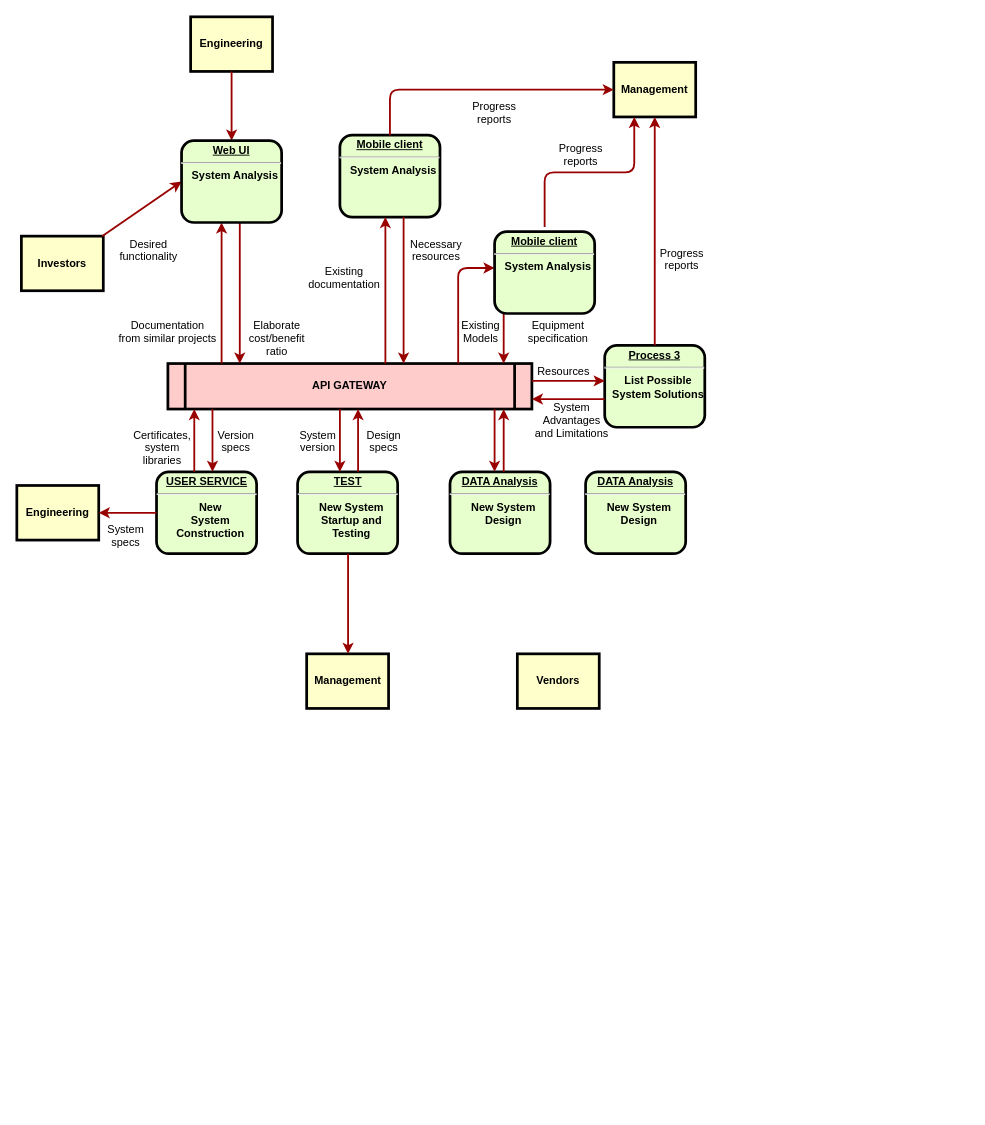
This is Untitled Diagram.drawio from penzance-jshan/test, a draw.io file, before an edit. Source tidied: cells renumbered, new cells numbered last; positions are measured from the earlier drawing's top-left corner, leaving out a move shared by most shapes. Both pictures are drawn from the tidied source at 91%, with x=0, y=0 at pixel (16, 16).
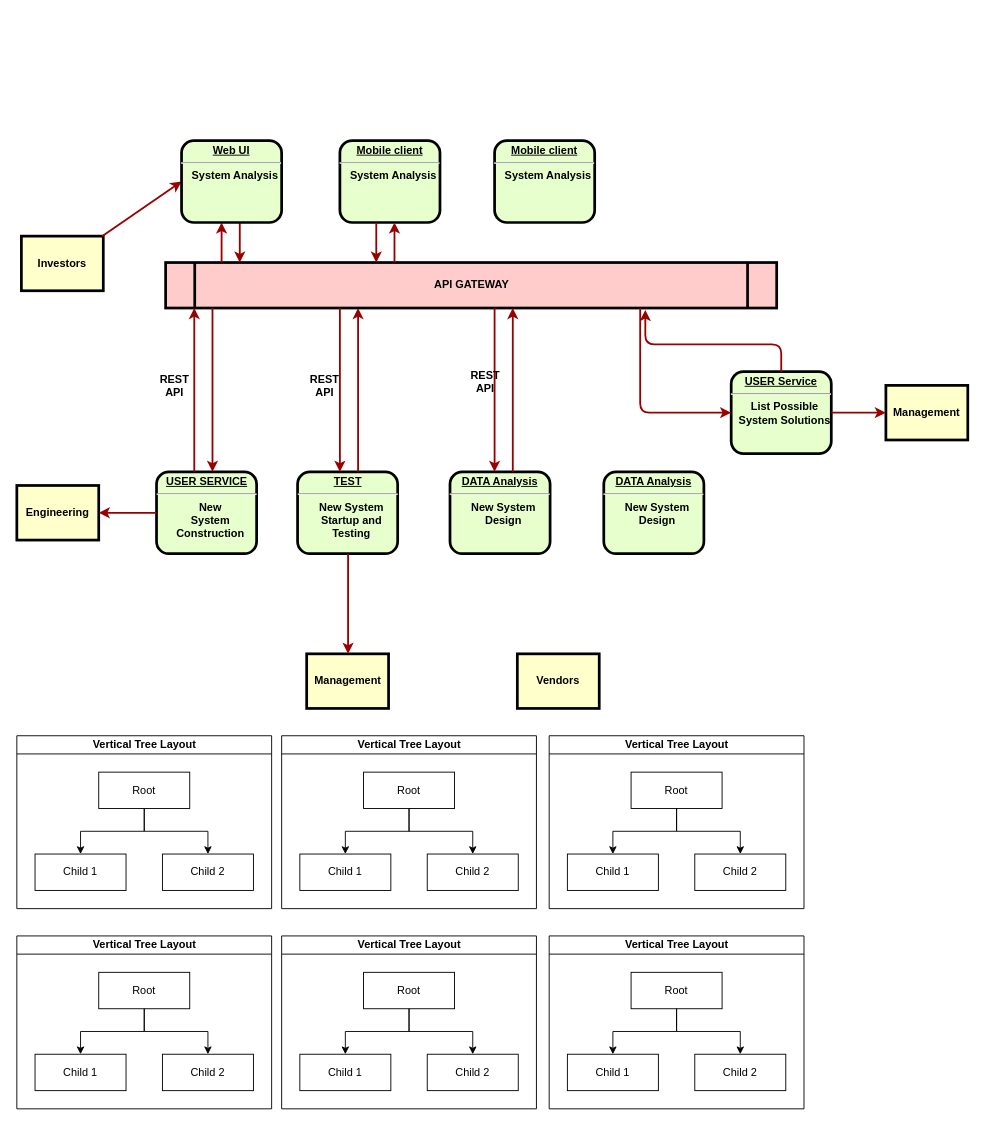
Above is the later version.

The change refers to these unchanged cells:
```xml
<mxCell id="7" value="&lt;p style=&quot;margin: 0px ; margin-top: 4px ; text-align: center ; text-decoration: underline&quot;&gt;&lt;strong&gt;DATA Analysis&lt;/strong&gt;&lt;/p&gt;&lt;hr&gt;&lt;p style=&quot;margin: 0px ; margin-left: 8px&quot;&gt;New System&lt;/p&gt;&lt;p style=&quot;margin: 0px ; margin-left: 8px&quot;&gt;Design&lt;/p&gt;" style="verticalAlign=middle;align=center;overflow=fill;fontSize=12;fontFamily=Helvetica;html=1;rounded=1;fontStyle=1;strokeWidth=3;fillColor=#E6FFCC;" parent="1" vertex="1">
  <mxGeometry x="476" y="500" width="110" height="90" as="geometry" />
</mxCell>
<mxCell id="52" value="&lt;p style=&quot;margin: 0px ; margin-top: 4px ; text-align: center ; text-decoration: underline&quot;&gt;&lt;strong&gt;Web UI&lt;/strong&gt;&lt;/p&gt;&lt;hr&gt;&lt;p style=&quot;margin: 0px ; margin-left: 8px&quot;&gt;System Analysis&lt;/p&gt;" style="verticalAlign=middle;align=center;overflow=fill;fontSize=12;fontFamily=Helvetica;html=1;rounded=1;fontStyle=1;strokeWidth=3;fillColor=#E6FFCC;" parent="1" vertex="1">
  <mxGeometry x="181" y="136" width="110" height="90" as="geometry" />
</mxCell>
```

The edit, as a diff of the source:
```diff
@@
-    <mxCell id="2" value="Engineering" style="whiteSpace=wrap;align=center;verticalAlign=middle;fontStyle=1;strokeWidth=3;fillColor=#FFFFCC;" parent="1" vertex="1">
-      <mxGeometry x="191" width="90" height="60" as="geometry" />
-    </mxCell>
@@
     <mxCell id="4" value="API GATEWAY" style="shape=process;whiteSpace=wrap;align=center;verticalAlign=middle;size=0.0475;fontStyle=1;strokeWidth=3;fillColor=#FFCCCC;" parent="1" vertex="1">
-      <mxGeometry x="166" y="381" width="400" height="50" as="geometry" />
+      <mxGeometry x="163.5" y="270" width="671.5" height="50" as="geometry" />
     </mxCell>
     <mxCell id="5" value="&lt;p style=&quot;margin: 0px ; margin-top: 4px ; text-align: center ; text-decoration: underline&quot;&gt;&lt;strong&gt;Mobile client&lt;/strong&gt;&lt;/p&gt;&lt;hr&gt;&lt;p style=&quot;margin: 0px ; margin-left: 8px&quot;&gt;System Analysis&lt;/p&gt;" style="verticalAlign=middle;align=center;overflow=fill;fontSize=12;fontFamily=Helvetica;html=1;rounded=1;fontStyle=1;strokeWidth=3;fillColor=#E6FFCC;" parent="1" vertex="1">
-      <mxGeometry x="355" y="130" width="110" height="90" as="geometry" />
+      <mxGeometry x="355" y="136" width="110" height="90" as="geometry" />
     </mxCell>
-    <mxCell id="6" value="&lt;p style=&quot;margin: 0px; margin-top: 4px; text-align: center; text-decoration: underline;&quot;&gt;&lt;strong&gt;&lt;strong&gt;Process&lt;/strong&gt; 3&lt;br /&gt;&lt;/strong&gt;&lt;/p&gt;&lt;hr /&gt;&lt;p style=&quot;margin: 0px; margin-left: 8px;&quot;&gt;List Possible&lt;/p&gt;&lt;p style=&quot;margin: 0px; margin-left: 8px;&quot;&gt;System Solutions&lt;/p&gt;" style="verticalAlign=middle;align=center;overflow=fill;fontSize=12;fontFamily=Helvetica;html=1;rounded=1;fontStyle=1;strokeWidth=3;fillColor=#E6FFCC;" parent="1" vertex="1">
-      <mxGeometry x="646" y="361" width="110" height="90" as="geometry" />
+    <mxCell id="6" value="&lt;p style=&quot;margin: 0px ; margin-top: 4px ; text-align: center ; text-decoration: underline&quot;&gt;USER Service&lt;/p&gt;&lt;hr&gt;&lt;p style=&quot;margin: 0px ; margin-left: 8px&quot;&gt;List Possible&lt;/p&gt;&lt;p style=&quot;margin: 0px ; margin-left: 8px&quot;&gt;System Solutions&lt;/p&gt;" style="verticalAlign=middle;align=center;overflow=fill;fontSize=12;fontFamily=Helvetica;html=1;rounded=1;fontStyle=1;strokeWidth=3;fillColor=#E6FFCC;" parent="1" vertex="1">
+      <mxGeometry x="785" y="390" width="110" height="90" as="geometry" />
     </mxCell>
@@
     <mxCell id="9" value="Management" style="whiteSpace=wrap;align=center;verticalAlign=middle;fontStyle=1;strokeWidth=3;fillColor=#FFFFCC;" parent="1" vertex="1">
-      <mxGeometry x="656" y="50" width="90" height="60" as="geometry" />
+      <mxGeometry x="955" y="405" width="90" height="60" as="geometry" />
     </mxCell>
@@
-    <mxCell id="13" style="edgeStyle=none;noEdgeStyle=1;strokeColor=#990000;strokeWidth=2;entryX=0.5;entryY=0;entryDx=0;entryDy=0;" parent="1" edge="1" source="2" target="52">
-      <mxGeometry relative="1" as="geometry" />
-    </mxCell>
@@
-    <mxCell id="16" value="Desired &#10;functionality" style="text;spacingTop=-5;align=center;" parent="1" vertex="1">
-      <mxGeometry x="130" y="241" width="30" height="20" as="geometry" />
-    </mxCell>
-    <mxCell id="17" value="Documentation&#10;from similar projects" style="text;spacingTop=-5;align=center;" parent="1" vertex="1">
-      <mxGeometry x="151" y="331" width="30" height="20" as="geometry" />
-    </mxCell>
     <mxCell id="18" style="edgeStyle=elbowEdgeStyle;elbow=horizontal;strokeColor=#990000;strokeWidth=2;" parent="1" edge="1" source="4">
       <mxGeometry relative="1" as="geometry">
         <mxPoint x="225" y="226" as="targetPoint" />
         <Array as="points">
-          <mxPoint x="225" y="360" />
+          <mxPoint x="225" y="270" />
         </Array>
       </mxGeometry>
     </mxCell>
     <mxCell id="19" style="edgeStyle=elbowEdgeStyle;elbow=horizontal;strokeColor=#990000;strokeWidth=2;" parent="1" edge="1" target="4">
       <mxGeometry relative="1" as="geometry">
         <mxPoint x="245" y="226" as="sourcePoint" />
         <Array as="points">
-          <mxPoint x="245" y="350" />
+          <mxPoint x="245" y="280" />
         </Array>
       </mxGeometry>
     </mxCell>
-    <mxCell id="20" value="Elaborate&#10;cost/benefit&#10;ratio" style="text;spacingTop=-5;align=center;" parent="1" vertex="1">
-      <mxGeometry x="271" y="331" width="30" height="20" as="geometry" />
-    </mxCell>
     <mxCell id="21" style="edgeStyle=elbowEdgeStyle;elbow=horizontal;strokeColor=#990000;strokeWidth=2;" parent="1" edge="1" source="4" target="5">
       <mxGeometry relative="1" as="geometry">
         <Array as="points">
-          <mxPoint x="405" y="300" />
+          <mxPoint x="415" y="250" />
+          <mxPoint x="425" y="240" />
+          <mxPoint x="395" y="250" />
         </Array>
       </mxGeometry>
     </mxCell>
     <mxCell id="22" style="edgeStyle=elbowEdgeStyle;elbow=horizontal;strokeColor=#990000;strokeWidth=2;" parent="1" edge="1" source="5" target="4">
       <mxGeometry relative="1" as="geometry">
         <Array as="points">
+          <mxPoint x="395" y="240" />
           <mxPoint x="425" y="310" />
         </Array>
       </mxGeometry>
     </mxCell>
-    <mxCell id="23" value="Existing&#10;documentation" style="text;spacingTop=-5;align=center;" parent="1" vertex="1">
-      <mxGeometry x="345" y="271" width="30" height="20" as="geometry" />
-    </mxCell>
-    <mxCell id="24" value="Necessary&#10;resources" style="text;spacingTop=-5;align=center;" parent="1" vertex="1">
-      <mxGeometry x="446" y="241" width="30" height="20" as="geometry" />
-    </mxCell>
-    <mxCell id="25" value="Progress&#10;reports" style="text;spacingTop=-5;align=center;" parent="1" vertex="1">
-      <mxGeometry x="510" y="90" width="30" height="20" as="geometry" />
-    </mxCell>
-    <mxCell id="26" value="Progress&#10;reports" style="text;spacingTop=-5;align=center;" parent="1" vertex="1">
-      <mxGeometry x="605" y="136" width="30" height="20" as="geometry" />
-    </mxCell>
-    <mxCell id="27" value="Progress&#10;reports" style="text;spacingTop=-5;align=center;" parent="1" vertex="1">
-      <mxGeometry x="716" y="251" width="30" height="20" as="geometry" />
-    </mxCell>
-    <mxCell id="28" style="edgeStyle=elbowEdgeStyle;elbow=horizontal;strokeColor=#990000;strokeWidth=2;" parent="1" edge="1" source="5" target="9">
-      <mxGeometry relative="1" as="geometry">
-        <Array as="points">
-          <mxPoint x="410" y="130" />
-        </Array>
-      </mxGeometry>
-    </mxCell>
-    <mxCell id="29" style="edgeStyle=elbowEdgeStyle;elbow=vertical;entryX=0.25;entryY=1;strokeColor=#990000;strokeWidth=2;" parent="1" edge="1" target="9">
-      <mxGeometry relative="1" as="geometry">
-        <mxPoint x="580" y="231" as="sourcePoint" />
-      </mxGeometry>
-    </mxCell>
@@
-    <mxCell id="31" style="edgeStyle=elbowEdgeStyle;elbow=horizontal;strokeColor=#990000;strokeWidth=2;" parent="1" edge="1" target="4">
-      <mxGeometry relative="1" as="geometry">
-        <mxPoint x="535" y="321" as="sourcePoint" />
-        <Array as="points">
-          <mxPoint x="535" y="350" />
-        </Array>
-      </mxGeometry>
-    </mxCell>
-    <mxCell id="32" style="edgeStyle=segmentEdgeStyle;strokeColor=#990000;strokeWidth=2;" parent="1" edge="1" source="4">
-      <mxGeometry relative="1" as="geometry">
-        <mxPoint x="525" y="276" as="targetPoint" />
-        <Array as="points">
-          <mxPoint x="485" y="276" />
-        </Array>
-      </mxGeometry>
-    </mxCell>
-    <mxCell id="33" value="Existing&#10;Models" style="text;spacingTop=-5;align=center;" parent="1" vertex="1">
-      <mxGeometry x="495" y="331" width="30" height="20" as="geometry" />
-    </mxCell>
-    <mxCell id="34" value="Equipment&#10;specification" style="text;spacingTop=-5;align=center;" parent="1" vertex="1">
-      <mxGeometry x="580" y="331" width="30" height="20" as="geometry" />
-    </mxCell>
-    <mxCell id="35" style="edgeStyle=elbowEdgeStyle;elbow=vertical;strokeColor=#990000;strokeWidth=2;" parent="1" edge="1" source="4" target="6">
-      <mxGeometry relative="1" as="geometry">
-        <Array as="points">
-          <mxPoint x="615" y="400" />
-        </Array>
-      </mxGeometry>
-    </mxCell>
-    <mxCell id="36" style="edgeStyle=elbowEdgeStyle;elbow=vertical;strokeColor=#990000;strokeWidth=2;" parent="1" edge="1" source="6" target="4">
+    <mxCell id="36" style="edgeStyle=elbowEdgeStyle;elbow=vertical;strokeColor=#990000;strokeWidth=2;entryX=0.785;entryY=1.043;entryDx=0;entryDy=0;entryPerimeter=0;" parent="1" edge="1" source="6" target="4">
       <mxGeometry relative="1" as="geometry">
         <Array as="points">
+          <mxPoint x="625" y="360" />
+          <mxPoint x="435" y="400" />
           <mxPoint x="615" y="420" />
         </Array>
       </mxGeometry>
     </mxCell>
-    <mxCell id="37" value="Resources" style="text;spacingTop=-5;align=center;" parent="1" vertex="1">
-      <mxGeometry x="586" y="381" width="30" height="20" as="geometry" />
-    </mxCell>
-    <mxCell id="38" value="System &#10;Advantages &#10;and Limitations" style="text;spacingTop=-5;align=center;" parent="1" vertex="1">
-      <mxGeometry x="595" y="421" width="30" height="20" as="geometry" />
-    </mxCell>
     <mxCell id="39" style="edgeStyle=elbowEdgeStyle;elbow=horizontal;strokeColor=#990000;strokeWidth=2;" parent="1" edge="1" source="7" target="4">
       <mxGeometry relative="1" as="geometry">
         <Array as="points">
+          <mxPoint x="545" y="430" />
           <mxPoint x="535" y="460" />
         </Array>
       </mxGeometry>
     </mxCell>
@@
-    <mxCell id="45" value="Version&#10;specs" style="text;spacingTop=-5;align=center;" parent="1" vertex="1">
-      <mxGeometry x="226" y="451" width="30" height="20" as="geometry" />
-    </mxCell>
-    <mxCell id="46" value="Certificates,&#10;system&#10;libraries" style="text;spacingTop=-5;align=center;" parent="1" vertex="1">
-      <mxGeometry x="145" y="451" width="30" height="20" as="geometry" />
+    <mxCell id="46" value="REST&#10;API&#10;" style="text;spacingTop=-5;align=center;fontStyle=1;" parent="1" vertex="1">
+      <mxGeometry x="153.5" y="390" width="40" height="19" as="geometry" />
     </mxCell>
@@
-    <mxCell id="49" value="System&#10;specs" style="text;spacingTop=-5;align=center;" parent="1" vertex="1">
-      <mxGeometry x="105" y="555" width="30" height="20" as="geometry" />
-    </mxCell>
-    <mxCell id="50" value="Design&#10;specs" style="text;spacingTop=-5;align=center;" parent="1" vertex="1">
-      <mxGeometry x="388.5" y="451" width="30" height="20" as="geometry" />
-    </mxCell>
-    <mxCell id="51" value="System&#10;version" style="text;spacingTop=-5;align=center;" parent="1" vertex="1">
-      <mxGeometry x="316" y="451" width="30" height="20" as="geometry" />
-    </mxCell>
@@
     <mxCell id="53" value="&lt;p style=&quot;margin: 0px ; margin-top: 4px ; text-align: center ; text-decoration: underline&quot;&gt;&lt;strong&gt;Mobile client&lt;/strong&gt;&lt;/p&gt;&lt;hr&gt;&lt;p style=&quot;margin: 0px ; margin-left: 8px&quot;&gt;System Analysis&lt;/p&gt;" style="verticalAlign=middle;align=center;overflow=fill;fontSize=12;fontFamily=Helvetica;html=1;rounded=1;fontStyle=1;strokeWidth=3;fillColor=#E6FFCC;" parent="1" vertex="1">
-      <mxGeometry x="525" y="236" width="110" height="90" as="geometry" />
+      <mxGeometry x="525" y="136" width="110" height="90" as="geometry" />
     </mxCell>
     <mxCell id="54" value="&lt;p style=&quot;margin: 0px ; margin-top: 4px ; text-align: center ; text-decoration: underline&quot;&gt;&lt;strong&gt;DATA Analysis&lt;/strong&gt;&lt;/p&gt;&lt;hr&gt;&lt;p style=&quot;margin: 0px ; margin-left: 8px&quot;&gt;New System&lt;/p&gt;&lt;p style=&quot;margin: 0px ; margin-left: 8px&quot;&gt;Design&lt;/p&gt;" style="verticalAlign=middle;align=center;overflow=fill;fontSize=12;fontFamily=Helvetica;html=1;rounded=1;fontStyle=1;strokeWidth=3;fillColor=#E6FFCC;" parent="1" vertex="1">
-      <mxGeometry x="625" y="500" width="110" height="90" as="geometry" />
+      <mxGeometry x="645" y="500" width="110" height="90" as="geometry" />
     </mxCell>
+    <mxCell id="55" value="Vertical Tree Layout" style="swimlane;html=1;startSize=20;horizontal=1;horizontalTree=0;containerType=tree;" parent="1" vertex="1">
+      <mxGeometry y="790" width="280" height="190" as="geometry" />
+    </mxCell>
+    <mxCell id="56" value="Root" style="whiteSpace=wrap;html=1;" parent="55" vertex="1">
+      <mxGeometry x="90" y="40" width="100" height="40" as="geometry" />
+    </mxCell>
+    <mxCell id="57" value="Child 1" style="whiteSpace=wrap;html=1;" parent="55" vertex="1">
+      <mxGeometry x="20" y="130" width="100" height="40" as="geometry" />
+    </mxCell>
+    <mxCell id="58" style="edgeStyle=elbowEdgeStyle;elbow=vertical;html=1;rounded=0;" parent="55" edge="1" source="56" target="57">
+      <mxGeometry relative="1" as="geometry" />
+    </mxCell>
+    <mxCell id="59" value="Child 2" style="whiteSpace=wrap;html=1;" parent="55" vertex="1">
+      <mxGeometry x="160" y="130" width="100" height="40" as="geometry" />
+    </mxCell>
+    <mxCell id="60" style="edgeStyle=elbowEdgeStyle;elbow=vertical;html=1;rounded=0;" parent="55" edge="1" source="56" target="59">
+      <mxGeometry relative="1" as="geometry" />
+    </mxCell>
+    <mxCell id="61" value="Vertical Tree Layout" style="swimlane;html=1;startSize=20;horizontal=1;horizontalTree=0;containerType=tree;" parent="1" vertex="1">
+      <mxGeometry x="291" y="790" width="280" height="190" as="geometry" />
+    </mxCell>
+    <mxCell id="62" value="Root" style="whiteSpace=wrap;html=1;" parent="61" vertex="1">
+      <mxGeometry x="90" y="40" width="100" height="40" as="geometry" />
+    </mxCell>
+    <mxCell id="63" value="Child 1" style="whiteSpace=wrap;html=1;" parent="61" vertex="1">
+      <mxGeometry x="20" y="130" width="100" height="40" as="geometry" />
+    </mxCell>
+    <mxCell id="64" style="edgeStyle=elbowEdgeStyle;elbow=vertical;html=1;rounded=0;" parent="61" edge="1" source="62" target="63">
+      <mxGeometry relative="1" as="geometry" />
+    </mxCell>
+    <mxCell id="65" value="Child 2" style="whiteSpace=wrap;html=1;" parent="61" vertex="1">
+      <mxGeometry x="160" y="130" width="100" height="40" as="geometry" />
+    </mxCell>
+    <mxCell id="66" style="edgeStyle=elbowEdgeStyle;elbow=vertical;html=1;rounded=0;" parent="61" edge="1" source="62" target="65">
+      <mxGeometry relative="1" as="geometry" />
+    </mxCell>
+    <mxCell id="67" value="Vertical Tree Layout" style="swimlane;html=1;startSize=20;horizontal=1;horizontalTree=0;containerType=tree;" parent="1" vertex="1">
+      <mxGeometry x="585" y="790" width="280" height="190" as="geometry" />
+    </mxCell>
+    <mxCell id="68" value="Root" style="whiteSpace=wrap;html=1;" parent="67" vertex="1">
+      <mxGeometry x="90" y="40" width="100" height="40" as="geometry" />
+    </mxCell>
+    <mxCell id="69" value="Child 1" style="whiteSpace=wrap;html=1;" parent="67" vertex="1">
+      <mxGeometry x="20" y="130" width="100" height="40" as="geometry" />
+    </mxCell>
+    <mxCell id="70" style="edgeStyle=elbowEdgeStyle;elbow=vertical;html=1;rounded=0;" parent="67" edge="1" source="68" target="69">
+      <mxGeometry relative="1" as="geometry" />
+    </mxCell>
+    <mxCell id="71" value="Child 2" style="whiteSpace=wrap;html=1;" parent="67" vertex="1">
+      <mxGeometry x="160" y="130" width="100" height="40" as="geometry" />
+    </mxCell>
+    <mxCell id="72" style="edgeStyle=elbowEdgeStyle;elbow=vertical;html=1;rounded=0;" parent="67" edge="1" source="68" target="71">
+      <mxGeometry relative="1" as="geometry" />
+    </mxCell>
+    <mxCell id="73" value="Vertical Tree Layout" style="swimlane;html=1;startSize=20;horizontal=1;horizontalTree=0;containerType=tree;" parent="1" vertex="1">
+      <mxGeometry y="1010" width="280" height="190" as="geometry" />
+    </mxCell>
+    <mxCell id="74" value="Root" style="whiteSpace=wrap;html=1;" parent="73" vertex="1">
+      <mxGeometry x="90" y="40" width="100" height="40" as="geometry" />
+    </mxCell>
+    <mxCell id="75" value="Child 1" style="whiteSpace=wrap;html=1;" parent="73" vertex="1">
+      <mxGeometry x="20" y="130" width="100" height="40" as="geometry" />
+    </mxCell>
+    <mxCell id="76" style="edgeStyle=elbowEdgeStyle;elbow=vertical;html=1;rounded=0;" parent="73" edge="1" source="74" target="75">
+      <mxGeometry relative="1" as="geometry" />
+    </mxCell>
+    <mxCell id="77" value="Child 2" style="whiteSpace=wrap;html=1;" parent="73" vertex="1">
+      <mxGeometry x="160" y="130" width="100" height="40" as="geometry" />
+    </mxCell>
+    <mxCell id="78" style="edgeStyle=elbowEdgeStyle;elbow=vertical;html=1;rounded=0;" parent="73" edge="1" source="74" target="77">
+      <mxGeometry relative="1" as="geometry" />
+    </mxCell>
+    <mxCell id="79" value="Vertical Tree Layout" style="swimlane;html=1;startSize=20;horizontal=1;horizontalTree=0;containerType=tree;" parent="1" vertex="1">
+      <mxGeometry x="291" y="1010" width="280" height="190" as="geometry" />
+    </mxCell>
+    <mxCell id="80" value="Root" style="whiteSpace=wrap;html=1;" parent="79" vertex="1">
+      <mxGeometry x="90" y="40" width="100" height="40" as="geometry" />
+    </mxCell>
+    <mxCell id="81" value="Child 1" style="whiteSpace=wrap;html=1;" parent="79" vertex="1">
+      <mxGeometry x="20" y="130" width="100" height="40" as="geometry" />
+    </mxCell>
+    <mxCell id="82" style="edgeStyle=elbowEdgeStyle;elbow=vertical;html=1;rounded=0;" parent="79" edge="1" source="80" target="81">
+      <mxGeometry relative="1" as="geometry" />
+    </mxCell>
+    <mxCell id="83" value="Child 2" style="whiteSpace=wrap;html=1;" parent="79" vertex="1">
+      <mxGeometry x="160" y="130" width="100" height="40" as="geometry" />
+    </mxCell>
+    <mxCell id="84" style="edgeStyle=elbowEdgeStyle;elbow=vertical;html=1;rounded=0;" parent="79" edge="1" source="80" target="83">
+      <mxGeometry relative="1" as="geometry" />
+    </mxCell>
+    <mxCell id="85" value="Vertical Tree Layout" style="swimlane;html=1;startSize=20;horizontal=1;horizontalTree=0;containerType=tree;" parent="1" vertex="1">
+      <mxGeometry x="585" y="1010" width="280" height="190" as="geometry" />
+    </mxCell>
+    <mxCell id="86" value="Root" style="whiteSpace=wrap;html=1;" parent="85" vertex="1">
+      <mxGeometry x="90" y="40" width="100" height="40" as="geometry" />
+    </mxCell>
+    <mxCell id="87" value="Child 1" style="whiteSpace=wrap;html=1;" parent="85" vertex="1">
+      <mxGeometry x="20" y="130" width="100" height="40" as="geometry" />
+    </mxCell>
+    <mxCell id="88" style="edgeStyle=elbowEdgeStyle;elbow=vertical;html=1;rounded=0;" parent="85" edge="1" source="86" target="87">
+      <mxGeometry relative="1" as="geometry" />
+    </mxCell>
+    <mxCell id="89" value="Child 2" style="whiteSpace=wrap;html=1;" parent="85" vertex="1">
+      <mxGeometry x="160" y="130" width="100" height="40" as="geometry" />
+    </mxCell>
+    <mxCell id="90" style="edgeStyle=elbowEdgeStyle;elbow=vertical;html=1;rounded=0;" parent="85" edge="1" source="86" target="89">
+      <mxGeometry relative="1" as="geometry" />
+    </mxCell>
+    <mxCell id="91" style="edgeStyle=elbowEdgeStyle;elbow=horizontal;strokeColor=#990000;strokeWidth=2;entryX=0;entryY=0.5;entryDx=0;entryDy=0;" parent="1" edge="1" target="6">
+      <mxGeometry relative="1" as="geometry">
+        <mxPoint x="685" y="320" as="sourcePoint" />
+        <Array as="points">
+          <mxPoint x="685" y="470" />
+        </Array>
+      </mxGeometry>
+    </mxCell>
+    <mxCell id="92" value="REST&#10;API&#10;" style="text;spacingTop=-5;align=center;fontStyle=1;" parent="1" vertex="1">
+      <mxGeometry x="318.5" y="390" width="40" height="19" as="geometry" />
+    </mxCell>
+    <mxCell id="93" value="REST&#10;API&#10;" style="text;spacingTop=-5;align=center;fontStyle=1;" parent="1" vertex="1">
+      <mxGeometry x="495" y="386" width="40" height="19" as="geometry" />
+    </mxCell>
```
